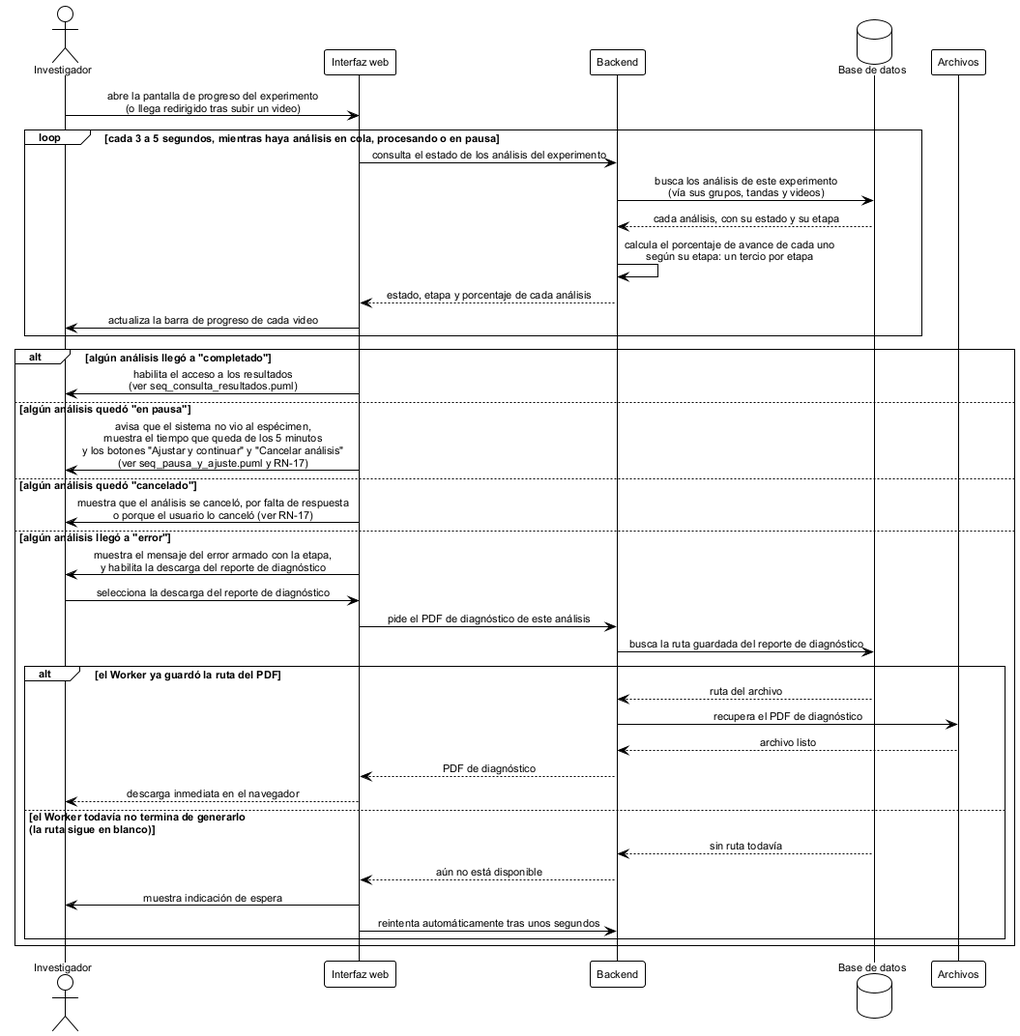
Earlier version of the PlantUML export figures/diagramas/seq_consulta_progreso.png (ErickJester/fst-ai-system-latex). Source of this version:
```plantuml
@startuml seq_consulta_progreso

!theme plain
skinparam defaultFontName Arial
skinparam defaultFontSize 11
skinparam shadowing false
skinparam sequenceMessageAlign center
skinparam BoxPadding 10

actor Investigador as inv
participant "Interfaz web" as ui
participant Backend as api
database "Base de datos" as db
participant "Archivos" as fs

inv -> ui: abre la pantalla de progreso del experimento\n(o llega redirigido tras subir un video)

loop cada 3 a 5 segundos, mientras haya análisis en cola, procesando o en pausa
  ui -> api: consulta el estado de los análisis del experimento
  api -> db: busca los análisis de este experimento\n(vía sus grupos, tandas y videos)
  db --> api: cada análisis, con su estado y su etapa
  api -> api: calcula el porcentaje de avance de cada uno\nsegún su etapa: un tercio por etapa
  api --> ui: estado, etapa y porcentaje de cada análisis
  ui -> inv: actualiza la barra de progreso de cada video
end

alt algún análisis llegó a "completado"
  ui -> inv: habilita el acceso a los resultados\n(ver seq_consulta_resultados.puml)
else algún análisis quedó "en pausa"
  ui -> inv: avisa que el sistema no vio al espécimen,\nmuestra el tiempo que queda de los 5 minutos\ny los botones "Ajustar y continuar" y "Cancelar análisis"\n(ver seq_pausa_y_ajuste.puml y RN-17)
else algún análisis quedó "cancelado"
  ui -> inv: muestra que el análisis se canceló, por falta de respuesta\no porque el usuario lo canceló (ver RN-17)
else algún análisis llegó a "error"
  ui -> inv: muestra el mensaje del error armado con la etapa,\ny habilita la descarga del reporte de diagnóstico

  inv -> ui: selecciona la descarga del reporte de diagnóstico
  ui -> api: pide el PDF de diagnóstico de este análisis
  api -> db: busca la ruta guardada del reporte de diagnóstico

  alt el Worker ya guardó la ruta del PDF
    db --> api: ruta del archivo
    api -> fs: recupera el PDF de diagnóstico
    fs --> api: archivo listo
    api --> ui: PDF de diagnóstico
    ui --> inv: descarga inmediata en el navegador
  else el Worker todavía no termina de generarlo\n(la ruta sigue en blanco)
    db --> api: sin ruta todavía
    api --> ui: aún no está disponible
    ui -> inv: muestra indicación de espera
    ui -> api: reintenta automáticamente tras unos segundos
  end
end

@enduml
```
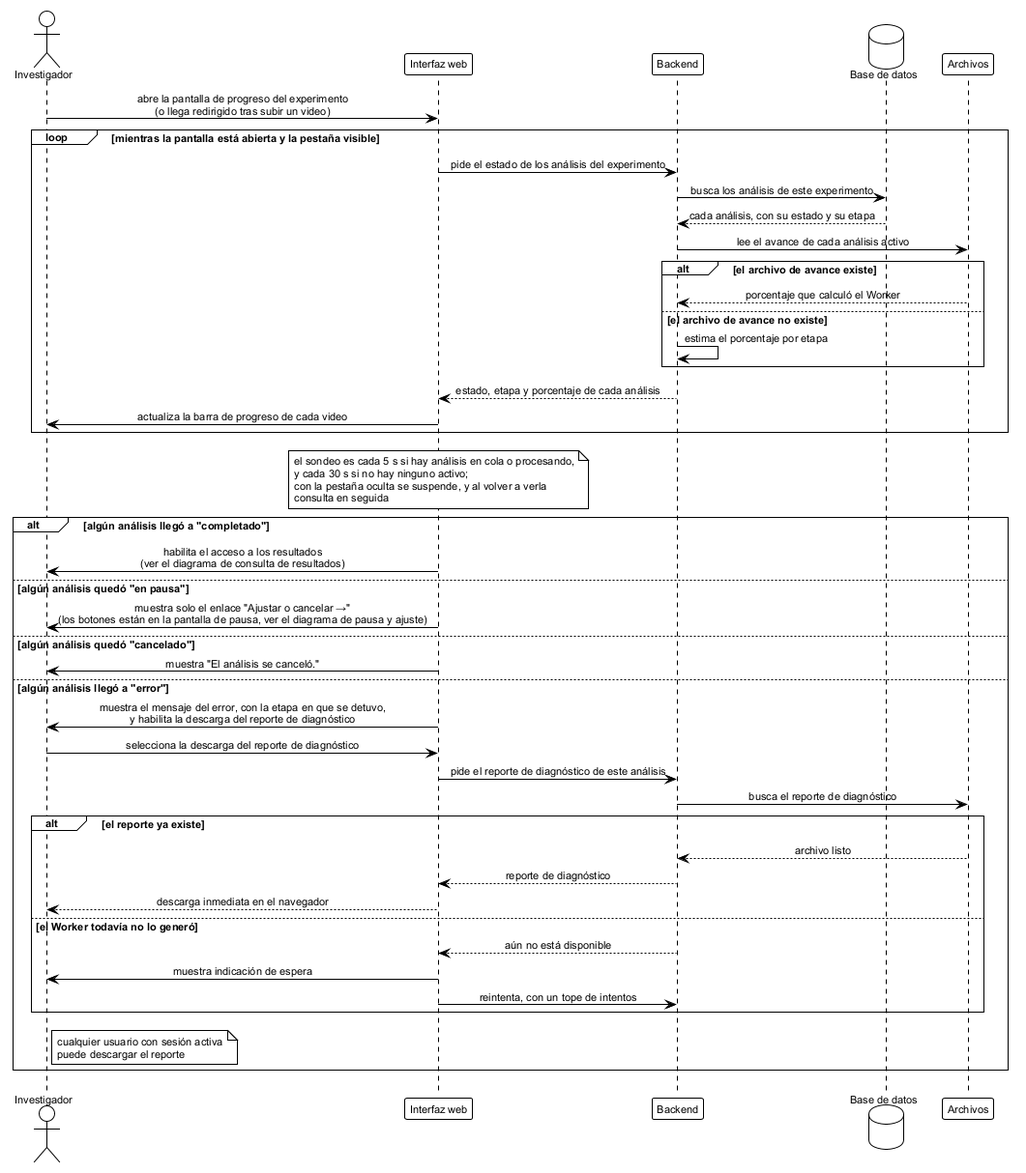
After the commit.

Change to the diagram source:
```diff
@@ -15,40 +15,54 @@
 
 inv -> ui: abre la pantalla de progreso del experimento\n(o llega redirigido tras subir un video)
 
-loop cada 3 a 5 segundos, mientras haya análisis en cola, procesando o en pausa
-  ui -> api: consulta el estado de los análisis del experimento
-  api -> db: busca los análisis de este experimento\n(vía sus grupos, tandas y videos)
+loop mientras la pantalla está abierta y la pestaña visible
+  ui -> api: pide el estado de los análisis del experimento
+  api -> db: busca los análisis de este experimento
   db --> api: cada análisis, con su estado y su etapa
-  api -> api: calcula el porcentaje de avance de cada uno\nsegún su etapa: un tercio por etapa
+  api -> fs: lee el avance de cada análisis activo
+  alt el archivo de avance existe
+    fs --> api: porcentaje que calculó el Worker
+  else el archivo de avance no existe
+    api -> api: estima el porcentaje por etapa
+  end
   api --> ui: estado, etapa y porcentaje de cada análisis
   ui -> inv: actualiza la barra de progreso de cada video
 end
 
+note over ui
+  el sondeo es cada 5 s si hay análisis en cola o procesando,
+  y cada 30 s si no hay ninguno activo;
+  con la pestaña oculta se suspende, y al volver a verla
+  consulta en seguida
+end note
+
 alt algún análisis llegó a "completado"
-  ui -> inv: habilita el acceso a los resultados\n(ver seq_consulta_resultados.puml)
+  ui -> inv: habilita el acceso a los resultados\n(ver el diagrama de consulta de resultados)
 else algún análisis quedó "en pausa"
-  ui -> inv: avisa que el sistema no vio al espécimen,\nmuestra el tiempo que queda de los 5 minutos\ny los botones "Ajustar y continuar" y "Cancelar análisis"\n(ver seq_pausa_y_ajuste.puml y RN-17)
+  ui -> inv: muestra solo el enlace "Ajustar o cancelar →"\n(los botones están en la pantalla de pausa, ver el diagrama de pausa y ajuste)
 else algún análisis quedó "cancelado"
-  ui -> inv: muestra que el análisis se canceló, por falta de respuesta\no porque el usuario lo canceló (ver RN-17)
+  ui -> inv: muestra "El análisis se canceló."
 else algún análisis llegó a "error"
-  ui -> inv: muestra el mensaje del error armado con la etapa,\ny habilita la descarga del reporte de diagnóstico
+  ui -> inv: muestra el mensaje del error, con la etapa en que se detuvo,\ny habilita la descarga del reporte de diagnóstico
 
   inv -> ui: selecciona la descarga del reporte de diagnóstico
-  ui -> api: pide el PDF de diagnóstico de este análisis
-  api -> db: busca la ruta guardada del reporte de diagnóstico
+  ui -> api: pide el reporte de diagnóstico de este análisis
+  api -> fs: busca el reporte de diagnóstico
 
-  alt el Worker ya guardó la ruta del PDF
-    db --> api: ruta del archivo
-    api -> fs: recupera el PDF de diagnóstico
+  alt el reporte ya existe
     fs --> api: archivo listo
-    api --> ui: PDF de diagnóstico
+    api --> ui: reporte de diagnóstico
     ui --> inv: descarga inmediata en el navegador
-  else el Worker todavía no termina de generarlo\n(la ruta sigue en blanco)
-    db --> api: sin ruta todavía
+  else el Worker todavía no lo generó
     api --> ui: aún no está disponible
     ui -> inv: muestra indicación de espera
-    ui -> api: reintenta automáticamente tras unos segundos
+    ui -> api: reintenta, con un tope de intentos
   end
+
+  note right of inv
+    cualquier usuario con sesión activa
+    puede descargar el reporte
+  end note
 end
 
 @enduml
```
